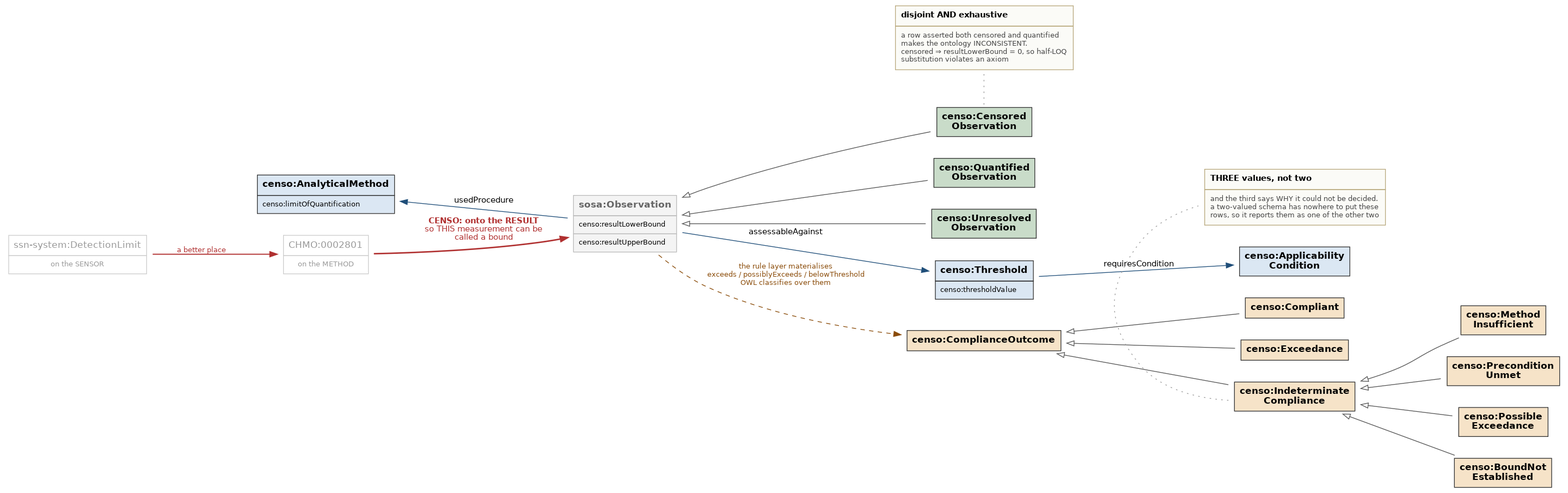
Before: paper/figures/fig10_vocabulary_core.png, a diagram exported from Graphviz (recepcanaltinbag/censo). Its source is kept beside it as paper/figures/fig10_vocabulary_core.dot. The source it was exported from:
```dot
digraph CENSOcore {
  rankdir=LR;
  bgcolor="white";
  splines=spline;
  nodesep=0.30;
  ranksep=0.95;
  node [shape=plaintext, fontname="Helvetica", fontsize=13];
  edge [fontname="Helvetica", fontsize=11, color="#1f4e79"];

  "sosa:Observation" [label=<<TABLE BORDER="0" CELLBORDER="1" CELLSPACING="0" CELLPADDING="6" BGCOLOR="#f4f4f4" COLOR="#bbbbbb"><TR><TD ALIGN="CENTER"><FONT COLOR="#666666"><B>sosa:Observation</B></FONT></TD></TR><TR><TD ALIGN="LEFT"><FONT POINT-SIZE="10">censo:resultLowerBound</FONT></TD></TR><TR><TD ALIGN="LEFT"><FONT POINT-SIZE="10">censo:resultUpperBound</FONT></TD></TR></TABLE>>];
  "censo:AnalyticalMethod" [label=<<TABLE BORDER="0" CELLBORDER="1" CELLSPACING="0" CELLPADDING="6" BGCOLOR="#dbe7f3" COLOR="#333333"><TR><TD ALIGN="CENTER"><FONT COLOR="#000000"><B>censo:AnalyticalMethod</B></FONT></TD></TR><TR><TD ALIGN="LEFT"><FONT POINT-SIZE="10">censo:limitOfQuantification</FONT></TD></TR></TABLE>>];
  "censo:CensoredObservation" [label=<<TABLE BORDER="0" CELLBORDER="1" CELLSPACING="0" CELLPADDING="6" BGCOLOR="#c9dcc9" COLOR="#333333"><TR><TD ALIGN="CENTER"><FONT COLOR="#000000"><B>censo:Censored<BR/>Observation</B></FONT></TD></TR></TABLE>>];
  "censo:QuantifiedObservation" [label=<<TABLE BORDER="0" CELLBORDER="1" CELLSPACING="0" CELLPADDING="6" BGCOLOR="#c9dcc9" COLOR="#333333"><TR><TD ALIGN="CENTER"><FONT COLOR="#000000"><B>censo:Quantified<BR/>Observation</B></FONT></TD></TR></TABLE>>];
  "censo:UnresolvedObservation" [label=<<TABLE BORDER="0" CELLBORDER="1" CELLSPACING="0" CELLPADDING="6" BGCOLOR="#c9dcc9" COLOR="#333333"><TR><TD ALIGN="CENTER"><FONT COLOR="#000000"><B>censo:Unresolved<BR/>Observation</B></FONT></TD></TR></TABLE>>];
  "censo:Threshold" [label=<<TABLE BORDER="0" CELLBORDER="1" CELLSPACING="0" CELLPADDING="6" BGCOLOR="#dbe7f3" COLOR="#333333"><TR><TD ALIGN="CENTER"><FONT COLOR="#000000"><B>censo:Threshold</B></FONT></TD></TR><TR><TD ALIGN="LEFT"><FONT POINT-SIZE="10">censo:thresholdValue</FONT></TD></TR></TABLE>>];
  "censo:ApplicabilityCondition" [label=<<TABLE BORDER="0" CELLBORDER="1" CELLSPACING="0" CELLPADDING="6" BGCOLOR="#dbe7f3" COLOR="#333333"><TR><TD ALIGN="CENTER"><FONT COLOR="#000000"><B>censo:Applicability<BR/>Condition</B></FONT></TD></TR></TABLE>>];
  "censo:ComplianceOutcome" [label=<<TABLE BORDER="0" CELLBORDER="1" CELLSPACING="0" CELLPADDING="6" BGCOLOR="#f6e3c8" COLOR="#333333"><TR><TD ALIGN="CENTER"><FONT COLOR="#000000"><B>censo:ComplianceOutcome</B></FONT></TD></TR></TABLE>>];
  "censo:Compliant" [label=<<TABLE BORDER="0" CELLBORDER="1" CELLSPACING="0" CELLPADDING="6" BGCOLOR="#f6e3c8" COLOR="#333333"><TR><TD ALIGN="CENTER"><FONT COLOR="#000000"><B>censo:Compliant</B></FONT></TD></TR></TABLE>>];
  "censo:Exceedance" [label=<<TABLE BORDER="0" CELLBORDER="1" CELLSPACING="0" CELLPADDING="6" BGCOLOR="#f6e3c8" COLOR="#333333"><TR><TD ALIGN="CENTER"><FONT COLOR="#000000"><B>censo:Exceedance</B></FONT></TD></TR></TABLE>>];
  "censo:IndeterminateCompliance" [label=<<TABLE BORDER="0" CELLBORDER="1" CELLSPACING="0" CELLPADDING="6" BGCOLOR="#f6e3c8" COLOR="#333333"><TR><TD ALIGN="CENTER"><FONT COLOR="#000000"><B>censo:Indeterminate<BR/>Compliance</B></FONT></TD></TR></TABLE>>];
  "censo:MethodInsufficient" [label=<<TABLE BORDER="0" CELLBORDER="1" CELLSPACING="0" CELLPADDING="6" BGCOLOR="#f6e3c8" COLOR="#333333"><TR><TD ALIGN="CENTER"><FONT COLOR="#000000"><B>censo:Method<BR/>Insufficient</B></FONT></TD></TR></TABLE>>];
  "censo:PreconditionUnmet" [label=<<TABLE BORDER="0" CELLBORDER="1" CELLSPACING="0" CELLPADDING="6" BGCOLOR="#f6e3c8" COLOR="#333333"><TR><TD ALIGN="CENTER"><FONT COLOR="#000000"><B>censo:Precondition<BR/>Unmet</B></FONT></TD></TR></TABLE>>];
  "censo:PossibleExceedance" [label=<<TABLE BORDER="0" CELLBORDER="1" CELLSPACING="0" CELLPADDING="6" BGCOLOR="#f6e3c8" COLOR="#333333"><TR><TD ALIGN="CENTER"><FONT COLOR="#000000"><B>censo:Possible<BR/>Exceedance</B></FONT></TD></TR></TABLE>>];
  "censo:BoundNotEstablished" [label=<<TABLE BORDER="0" CELLBORDER="1" CELLSPACING="0" CELLPADDING="6" BGCOLOR="#f6e3c8" COLOR="#333333"><TR><TD ALIGN="CENTER"><FONT COLOR="#000000"><B>censo:BoundNot<BR/>Established</B></FONT></TD></TR></TABLE>>];
  "d_sensor" [label=<<TABLE BORDER="0" CELLBORDER="1" CELLSPACING="0" CELLPADDING="6" BGCOLOR="#ffffff" COLOR="#cccccc"><TR><TD><FONT COLOR="#999999">ssn-system:DetectionLimit</FONT></TD></TR><TR><TD><FONT POINT-SIZE="10" COLOR="#999999">on the SENSOR</FONT></TD></TR></TABLE>>];
  "d_method" [label=<<TABLE BORDER="0" CELLBORDER="1" CELLSPACING="0" CELLPADDING="6" BGCOLOR="#ffffff" COLOR="#cccccc"><TR><TD><FONT COLOR="#999999">CHMO:0002801</FONT></TD></TR><TR><TD><FONT POINT-SIZE="10" COLOR="#999999">on the METHOD</FONT></TD></TR></TABLE>>];
  "d_sensor" -> "d_method" [color="#b03030", penwidth=1.4, label=<<FONT POINT-SIZE="10" COLOR="#b03030">a better place</FONT>>];
  "d_method" -> "sosa:Observation" [color="#b03030", penwidth=2.0, label=<<FONT POINT-SIZE="11" COLOR="#b03030"><B>CENSO: onto the RESULT</B><BR/>so THIS measurement can be<BR/>called a bound</FONT>>];

  "sosa:Observation" -> "censo:CensoredObservation" [dir=back, arrowtail=onormal, arrowhead=none, color="#555555"];
  "sosa:Observation" -> "censo:QuantifiedObservation" [dir=back, arrowtail=onormal, arrowhead=none, color="#555555"];
  "sosa:Observation" -> "censo:UnresolvedObservation" [dir=back, arrowtail=onormal, arrowhead=none, color="#555555"];
  "censo:ComplianceOutcome" -> "censo:Compliant" [dir=back, arrowtail=onormal, arrowhead=none, color="#555555"];
  "censo:ComplianceOutcome" -> "censo:Exceedance" [dir=back, arrowtail=onormal, arrowhead=none, color="#555555"];
  "censo:ComplianceOutcome" -> "censo:IndeterminateCompliance" [dir=back, arrowtail=onormal, arrowhead=none, color="#555555"];
  "censo:IndeterminateCompliance" -> "censo:MethodInsufficient" [dir=back, arrowtail=onormal, arrowhead=none, color="#555555"];
  "censo:IndeterminateCompliance" -> "censo:PreconditionUnmet" [dir=back, arrowtail=onormal, arrowhead=none, color="#555555"];
  "censo:IndeterminateCompliance" -> "censo:PossibleExceedance" [dir=back, arrowtail=onormal, arrowhead=none, color="#555555"];
  "censo:IndeterminateCompliance" -> "censo:BoundNotEstablished" [dir=back, arrowtail=onormal, arrowhead=none, color="#555555"];
  "censo:AnalyticalMethod" -> "sosa:Observation" [dir=back, color="#1f4e79", label="usedProcedure"];
  "sosa:Observation" -> "censo:Threshold" [label="assessableAgainst"];
  "censo:Threshold" -> "censo:ApplicabilityCondition" [label="requiresCondition"];
  "sosa:Observation" -> "censo:ComplianceOutcome" [style=dashed, color="#8a4b08", label=<<FONT POINT-SIZE="10" COLOR="#8a4b08">the rule layer materialises<BR/>exceeds / possiblyExceeds / belowThreshold<BR/>OWL classifies over them</FONT>>];

  "ax1" [label=<<TABLE BORDER="0" CELLBORDER="1" CELLSPACING="0" CELLPADDING="7" BGCOLOR="#fbfbf7" COLOR="#b9a97e"><TR><TD ALIGN="LEFT"><FONT POINT-SIZE="11"><B>disjoint AND exhaustive</B></FONT></TD></TR><TR><TD ALIGN="LEFT"><FONT POINT-SIZE="10" COLOR="#444444">a row asserted both censored and quantified<BR ALIGN="LEFT"/>makes the ontology INCONSISTENT.<BR ALIGN="LEFT"/>censored &#8658; resultLowerBound = 0, so half-LOQ<BR ALIGN="LEFT"/>substitution violates an axiom<BR ALIGN="LEFT"/></FONT></TD></TR></TABLE>>];
  { rank=same; "censo:CensoredObservation"; "ax1"; }
  "censo:CensoredObservation" -> "ax1" [style=dotted, color="#999999", arrowhead=none, constraint=false];
  "ax2" [label=<<TABLE BORDER="0" CELLBORDER="1" CELLSPACING="0" CELLPADDING="7" BGCOLOR="#fbfbf7" COLOR="#b9a97e"><TR><TD ALIGN="LEFT"><FONT POINT-SIZE="11"><B>THREE values, not two</B></FONT></TD></TR><TR><TD ALIGN="LEFT"><FONT POINT-SIZE="10" COLOR="#444444">and the third says WHY it could not be decided.<BR ALIGN="LEFT"/>a two-valued schema has nowhere to put these<BR ALIGN="LEFT"/>rows, so it reports them as one of the other two<BR ALIGN="LEFT"/></FONT></TD></TR></TABLE>>];
  { rank=same; "censo:IndeterminateCompliance"; "ax2"; }
  "censo:IndeterminateCompliance" -> "ax2" [style=dotted, color="#999999", arrowhead=none, constraint=false];
}
```
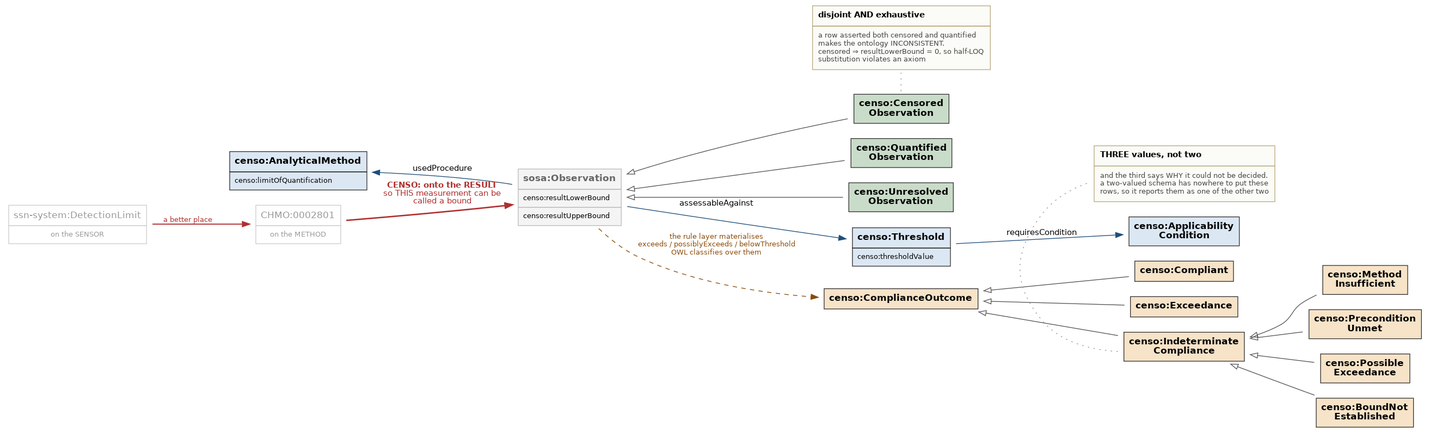
After the change.

What changed in the source:
```diff
@@ -2,8 +2,8 @@
   rankdir=LR;
   bgcolor="white";
   splines=spline;
-  nodesep=0.30;
-  ranksep=0.95;
+  nodesep=0.18;
+  ranksep=0.42;
   node [shape=plaintext, fontname="Helvetica", fontsize=13];
   edge [fontname="Helvetica", fontsize=11, color="#1f4e79"];
 
```
